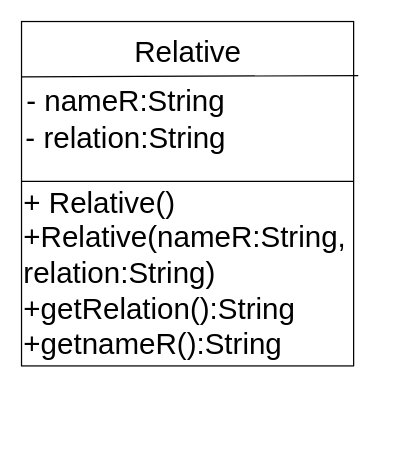
The draw.io diagram Group project 1/Relative.drawio in Hisada-VI/ENSF-380-assignments, before the edit. Source tidied: cells renumbered, new cells numbered last; positions are measured from the earlier drawing's top-left corner, leaving out a move shared by most shapes. Both pictures are drawn from the tidied source at 123%, with x=0, y=0 at pixel (21, 21).
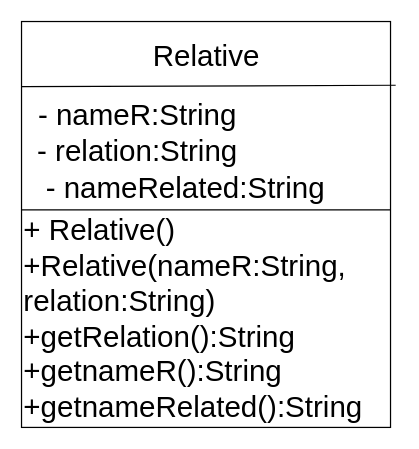
After the change.

Diff of the diagram source:
```diff
@@
 <mxGraphModel>
   <root>
     <mxCell id="0" />
     <mxCell id="1" parent="0" />
     <mxCell id="2" style="group;" parent="1" vertex="1">
-      <mxGeometry width="270" height="280" as="geometry" />
+      <mxGeometry width="300" height="330" as="geometry" />
     </mxCell>
     <mxCell id="3" style="rounded=0;whiteSpace=wrap;html=1;" parent="2" vertex="1">
-      <mxGeometry width="270" height="280" as="geometry" />
+      <mxGeometry width="300" height="330" as="geometry" />
     </mxCell>
     <mxCell id="4" value="&lt;font style=&quot;font-size: 24px;&quot;&gt;Relative&lt;/font&gt;" style="text;html=1;strokeColor=none;fillColor=none;align=center;verticalAlign=middle;whiteSpace=wrap;rounded=0;" parent="2" vertex="1">
-      <mxGeometry x="83" width="105" height="50" as="geometry" />
+      <mxGeometry x="92.2" width="116.7" height="58.9" as="geometry" />
     </mxCell>
     <mxCell id="5" style="endArrow=none;html=1;fontSize=24;entryX=1.014;entryY=0.157;entryDx=0;entryDy=0;entryPerimeter=0;" parent="2" edge="1" target="3">
       <mxGeometry relative="1" as="geometry">
-        <mxPoint y="45" as="sourcePoint" />
+        <mxPoint y="53" as="sourcePoint" />
       </mxGeometry>
     </mxCell>
     <mxCell id="6" value="- nameR:String" style="text;html=1;strokeColor=none;fillColor=none;align=center;verticalAlign=middle;whiteSpace=wrap;rounded=0;fontSize=24;" parent="2" vertex="1">
-      <mxGeometry y="50" width="170" height="30" as="geometry" />
+      <mxGeometry y="58.9" width="188.9" height="35.4" as="geometry" />
     </mxCell>
     <mxCell id="7" value="- relation:String" style="text;html=1;strokeColor=none;fillColor=none;align=center;verticalAlign=middle;whiteSpace=wrap;rounded=0;fontSize=24;" parent="2" vertex="1">
-      <mxGeometry y="80" width="170" height="30" as="geometry" />
+      <mxGeometry y="94.3" width="188.9" height="23.6" as="geometry" />
     </mxCell>
-    <mxCell id="8" value="&lt;div style=&quot;&quot;&gt;&lt;span style=&quot;background-color: initial;&quot;&gt;+ Relative()&lt;/span&gt;&lt;/div&gt;&lt;div style=&quot;&quot;&gt;&lt;span style=&quot;background-color: initial;&quot;&gt;+Relative(nameR:String, relation:String)&lt;/span&gt;&lt;/div&gt;&lt;div style=&quot;&quot;&gt;&lt;span style=&quot;background-color: initial;&quot;&gt;+getRelation():String&lt;/span&gt;&lt;/div&gt;&lt;div style=&quot;&quot;&gt;&lt;span style=&quot;background-color: initial;&quot;&gt;+getnameR():String&lt;/span&gt;&lt;/div&gt;" style="text;html=1;strokeColor=none;fillColor=none;align=left;verticalAlign=middle;whiteSpace=wrap;rounded=0;fontSize=24;" parent="2" vertex="1">
-      <mxGeometry y="130" width="270" height="150" as="geometry" />
+    <mxCell id="8" value="&lt;div style=&quot;&quot;&gt;&lt;span style=&quot;background-color: initial;&quot;&gt;+ Relative()&lt;/span&gt;&lt;/div&gt;&lt;div style=&quot;&quot;&gt;&lt;span style=&quot;background-color: initial;&quot;&gt;+Relative(nameR:String, relation:String)&lt;/span&gt;&lt;/div&gt;&lt;div style=&quot;&quot;&gt;&lt;span style=&quot;background-color: initial;&quot;&gt;+getRelation():String&lt;/span&gt;&lt;/div&gt;&lt;div style=&quot;&quot;&gt;&lt;span style=&quot;background-color: initial;&quot;&gt;+getnameR():String&lt;/span&gt;&lt;/div&gt;&lt;div style=&quot;&quot;&gt;&lt;span style=&quot;background-color: initial;&quot;&gt;+getnameRelated():String&lt;/span&gt;&lt;/div&gt;" style="text;html=1;strokeColor=none;fillColor=none;align=left;verticalAlign=middle;whiteSpace=wrap;rounded=0;fontSize=24;" parent="2" vertex="1">
+      <mxGeometry y="153.2" width="300" height="176.8" as="geometry" />
     </mxCell>
     <mxCell id="9" style="endArrow=none;html=1;fontSize=24;exitX=0;exitY=0;exitDx=0;exitDy=0;entryX=1;entryY=0;entryDx=0;entryDy=0;" parent="2" edge="1" source="8" target="8">
       <mxGeometry relative="1" as="geometry" />
     </mxCell>
+    <mxCell id="10" value="- nameRelated:String" style="text;html=1;strokeColor=none;fillColor=none;align=center;verticalAlign=middle;whiteSpace=wrap;rounded=0;fontSize=24;" parent="2" vertex="1">
+      <mxGeometry y="117.9" width="266.7" height="35.4" as="geometry" />
+    </mxCell>
   </root>
 </mxGraphModel>
```
